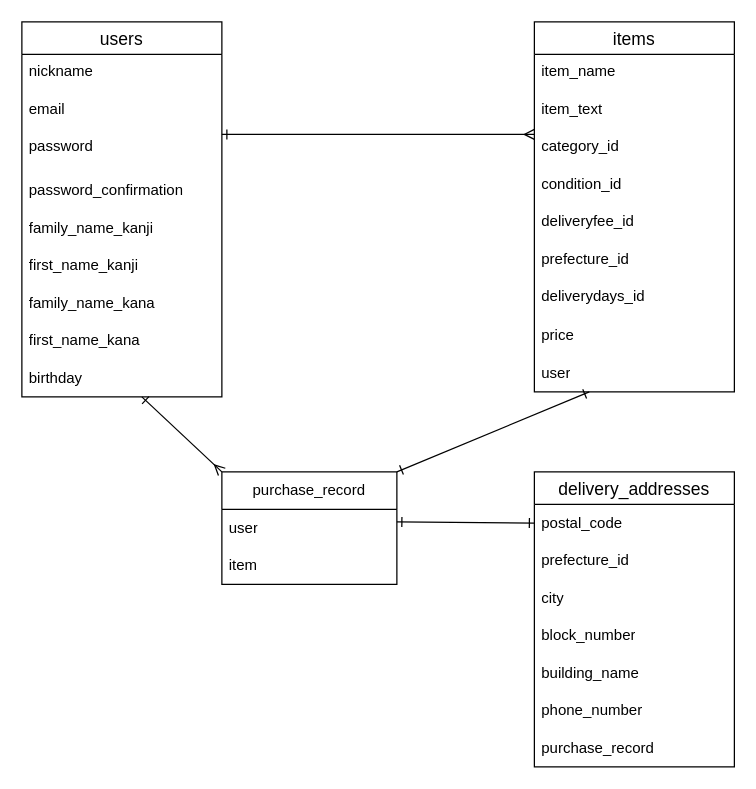
This is furima-41904.dio from sugimoto519/furima-41904, a draw.io file, before an edit. Source tidied: cells renumbered, new cells numbered last; positions are measured from the earlier drawing's top-left corner, leaving out a move shared by most shapes. Both pictures are drawn from the tidied source at 125%, with x=0, y=0 at pixel (21, 21).
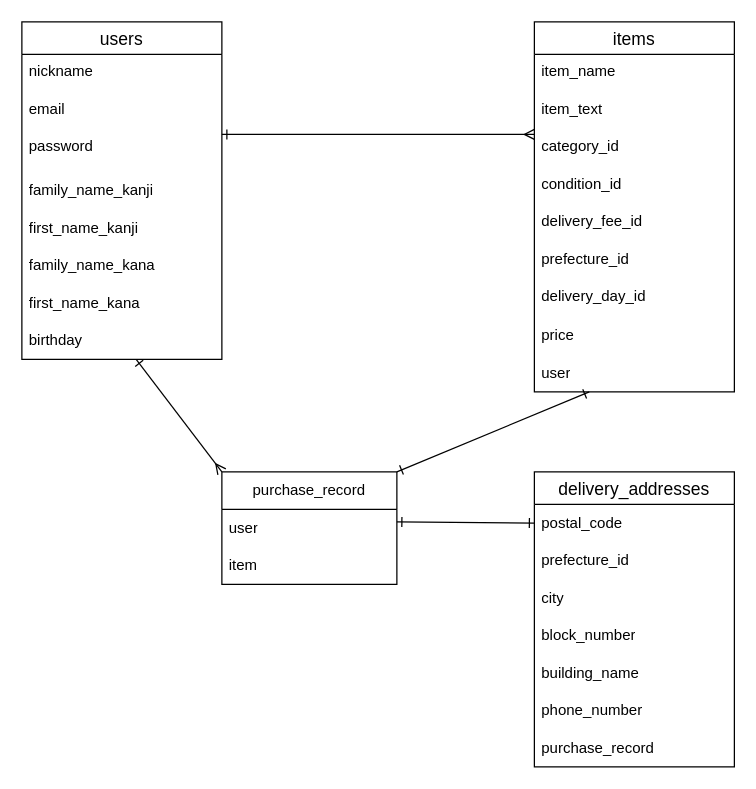
The same page after the edit.

Commit message (it also covers changes not shown here):
データベース設計の修正②

Unchanged cells that the change refers to:
```xml
<mxCell id="12" value="items" style="swimlane;fontStyle=0;horizontal=1;startSize=26;align=center;fontSize=14;" parent="1" vertex="1">
  <mxGeometry x="410" width="160" height="296" as="geometry" />
</mxCell>
```

Change to the diagram source:
```diff
@@
     <mxCell id="2" value="users" style="swimlane;fontStyle=0;horizontal=1;startSize=26;align=center;fontSize=14;" parent="1" vertex="1">
-      <mxGeometry width="160" height="300" as="geometry" />
+      <mxGeometry width="160" height="270" as="geometry" />
     </mxCell>
@@
-    <mxCell id="6" value="password_confirmation" style="text;strokeColor=none;fillColor=none;align=left;verticalAlign=middle;spacingLeft=4;spacingRight=4;overflow=hidden;whiteSpace=wrap;html=1;" parent="2" vertex="1">
-      <mxGeometry y="120" width="160" height="30" as="geometry" />
-    </mxCell>
     <mxCell id="7" value="family_name_kanji" style="text;strokeColor=none;fillColor=none;align=left;verticalAlign=middle;spacingLeft=4;spacingRight=4;overflow=hidden;whiteSpace=wrap;html=1;" parent="2" vertex="1">
-      <mxGeometry y="150" width="160" height="30" as="geometry" />
+      <mxGeometry y="120" width="160" height="30" as="geometry" />
     </mxCell>
     <mxCell id="8" value="first_name_kanji" style="text;strokeColor=none;fillColor=none;align=left;verticalAlign=middle;spacingLeft=4;spacingRight=4;overflow=hidden;whiteSpace=wrap;html=1;" parent="2" vertex="1">
-      <mxGeometry y="180" width="160" height="30" as="geometry" />
+      <mxGeometry y="150" width="160" height="30" as="geometry" />
     </mxCell>
     <mxCell id="9" value="family_name_kana" style="text;strokeColor=none;fillColor=none;align=left;verticalAlign=middle;spacingLeft=4;spacingRight=4;overflow=hidden;whiteSpace=wrap;html=1;" parent="2" vertex="1">
-      <mxGeometry y="210" width="160" height="30" as="geometry" />
+      <mxGeometry y="180" width="160" height="30" as="geometry" />
     </mxCell>
     <mxCell id="10" value="first_name_kana" style="text;strokeColor=none;fillColor=none;align=left;verticalAlign=middle;spacingLeft=4;spacingRight=4;overflow=hidden;whiteSpace=wrap;html=1;" parent="2" vertex="1">
-      <mxGeometry y="240" width="160" height="30" as="geometry" />
+      <mxGeometry y="210" width="160" height="30" as="geometry" />
     </mxCell>
     <mxCell id="11" value="birthday" style="text;strokeColor=none;fillColor=none;align=left;verticalAlign=middle;spacingLeft=4;spacingRight=4;overflow=hidden;points=[[0,0.5],[1,0.5]];portConstraint=eastwest;whiteSpace=wrap;html=1;" parent="2" vertex="1">
-      <mxGeometry y="270" width="160" height="30" as="geometry" />
+      <mxGeometry y="240" width="160" height="30" as="geometry" />
     </mxCell>
@@
-    <mxCell id="17" value="deliveryfee_id" style="text;strokeColor=none;fillColor=none;spacingLeft=4;spacingRight=4;overflow=hidden;fontSize=12;whiteSpace=wrap;html=1;" parent="12" vertex="1">
+    <mxCell id="17" value="delivery_fee_id" style="text;strokeColor=none;fillColor=none;spacingLeft=4;spacingRight=4;overflow=hidden;fontSize=12;whiteSpace=wrap;html=1;" parent="12" vertex="1">
       <mxGeometry y="146" width="160" height="30" as="geometry" />
     </mxCell>
@@
-    <mxCell id="19" value="deliverydays_id" style="text;strokeColor=none;fillColor=none;spacingLeft=4;spacingRight=4;overflow=hidden;fontSize=12;whiteSpace=wrap;html=1;" parent="12" vertex="1">
+    <mxCell id="19" value="delivery_day_id" style="text;strokeColor=none;fillColor=none;spacingLeft=4;spacingRight=4;overflow=hidden;fontSize=12;whiteSpace=wrap;html=1;" parent="12" vertex="1">
       <mxGeometry y="206" width="160" height="30" as="geometry" />
     </mxCell>
```
